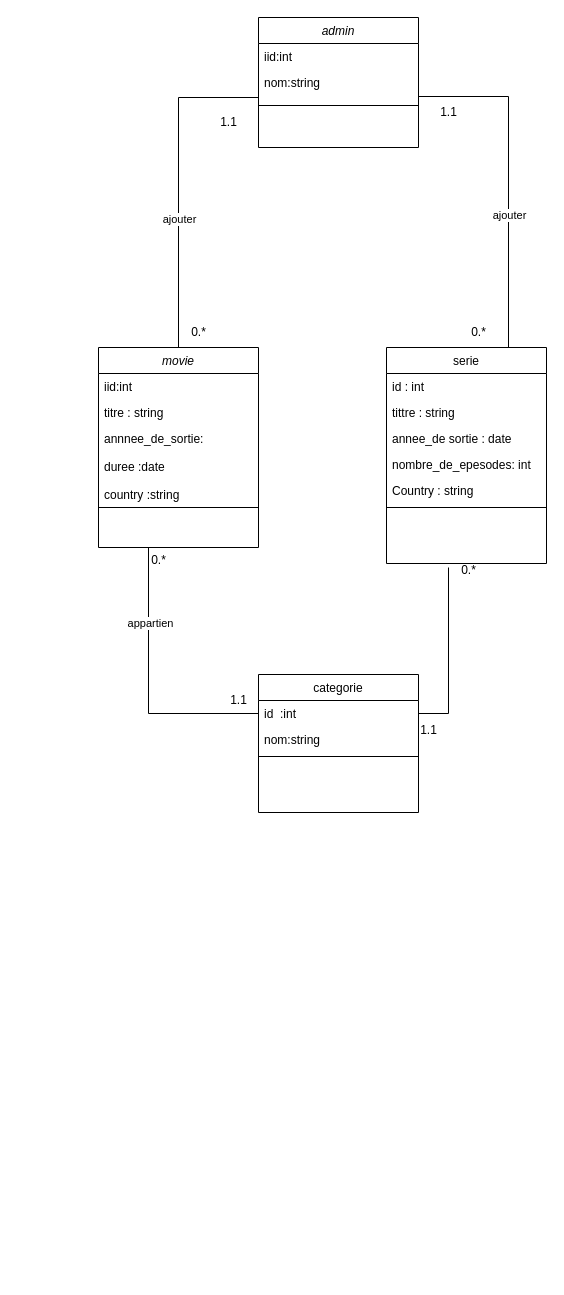
This is Diagramme sans nom.drawio from Fatiroot/dashboard_movies-series, a draw.io file, before an edit. Source tidied: cells renumbered, new cells numbered last; positions are measured from the earlier drawing's top-left corner, leaving out a move shared by most shapes. Both pictures are drawn from the tidied source at 100%, with x=0, y=0 at pixel (98, 17).
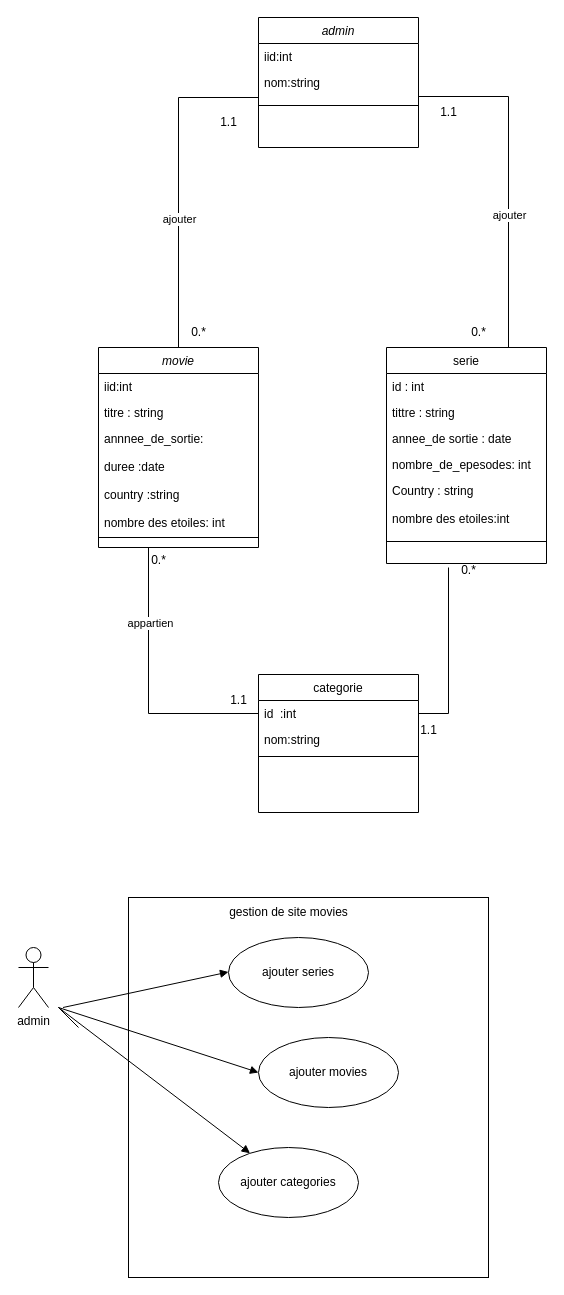
The same page after the edit.

Commit message:
Mettre à jour Diagramme de classe et de cas d'utilisation

Unchanged cells that the change refers to:
```xml
<mxCell id="2" value="movie" style="swimlane;fontStyle=2;align=center;verticalAlign=top;horizontal=1;startSize=26;rounded=0;shadow=0;strokeWidth=1;" parent="1" vertex="1">
  <mxGeometry y="330" width="160" height="200" as="geometry" />
</mxCell>
<mxCell id="11" value="serie" style="swimlane;fontStyle=0;align=center;verticalAlign=top;horizontal=1;startSize=26;rounded=0;shadow=0;strokeWidth=1;" parent="1" vertex="1">
  <mxGeometry x="288" y="330" width="160" height="216" as="geometry" />
</mxCell>
```

Change to the diagram source:
```diff
@@
-    <mxCell id="5" value="annnee_de_sortie:&#10;&#10;duree :date&#10;&#10;country :string&#10;&#10;" style="text;align=left;verticalAlign=top;spacingLeft=4;spacingRight=4;overflow=hidden;rounded=0;shadow=0;html=0;" parent="2" vertex="1">
-      <mxGeometry y="78" width="160" height="72" as="geometry" />
+    <mxCell id="5" value="annnee_de_sortie:&#10;&#10;duree :date&#10;&#10;country :string&#10;&#10;nombre des etoiles: int&#10;&#10;" style="text;align=left;verticalAlign=top;spacingLeft=4;spacingRight=4;overflow=hidden;rounded=0;shadow=0;html=0;" parent="2" vertex="1">
+      <mxGeometry y="78" width="160" height="102" as="geometry" />
     </mxCell>
     <mxCell id="6" style="line;html=1;strokeWidth=1;align=left;verticalAlign=middle;spacingTop=-1;spacingLeft=3;spacingRight=3;labelPosition=right;" parent="2" vertex="1">
-      <mxGeometry y="150" width="160" height="20" as="geometry" />
+      <mxGeometry y="180" width="160" height="20" as="geometry" />
     </mxCell>
@@
-    <mxCell id="16" value="Country : string" style="text;align=left;verticalAlign=top;spacingLeft=4;spacingRight=4;overflow=hidden;rounded=0;shadow=0;html=0;" parent="11" vertex="1">
-      <mxGeometry y="130" width="160" height="26" as="geometry" />
+    <mxCell id="16" value="Country : string&#10;&#10;nombre des etoiles:int" style="text;align=left;verticalAlign=top;spacingLeft=4;spacingRight=4;overflow=hidden;rounded=0;shadow=0;html=0;" parent="11" vertex="1">
+      <mxGeometry y="130" width="160" height="60" as="geometry" />
     </mxCell>
     <mxCell id="17" style="line;html=1;strokeWidth=1;align=left;verticalAlign=middle;spacingTop=-1;spacingLeft=3;spacingRight=3;labelPosition=right;" parent="11" vertex="1">
-      <mxGeometry y="156" width="160" height="8" as="geometry" />
+      <mxGeometry y="190" width="160" height="8" as="geometry" />
     </mxCell>
@@
+    <mxCell id="37" value="admin" style="shape=umlActor;verticalLabelPosition=bottom;verticalAlign=top;html=1;" parent="1" vertex="1">
+      <mxGeometry x="-80" y="930" width="30" height="60" as="geometry" />
+    </mxCell>
+    <mxCell id="38" style="html=1;whiteSpace=wrap;" parent="1" vertex="1">
+      <mxGeometry x="30" y="880" width="360" height="380" as="geometry" />
+    </mxCell>
+    <mxCell id="39" value="ajouter movies" style="ellipse;whiteSpace=wrap;html=1;" parent="1" vertex="1">
+      <mxGeometry x="160" y="1020" width="140" height="70" as="geometry" />
+    </mxCell>
+    <mxCell id="40" value="ajouter series" style="ellipse;whiteSpace=wrap;html=1;" parent="1" vertex="1">
+      <mxGeometry x="130" y="920" width="140" height="70" as="geometry" />
+    </mxCell>
+    <mxCell id="41" value="ajouter categories" style="ellipse;whiteSpace=wrap;html=1;" parent="1" vertex="1">
+      <mxGeometry x="120" y="1130" width="140" height="70" as="geometry" />
+    </mxCell>
+    <mxCell id="42" style="html=1;verticalAlign=bottom;endArrow=block;curved=0;rounded=0;entryX=0;entryY=0.5;entryDx=0;entryDy=0;" parent="1" edge="1" target="39">
+      <mxGeometry relative="1" as="geometry">
+        <mxPoint x="-40" y="990" as="sourcePoint" />
+      </mxGeometry>
+    </mxCell>
+    <mxCell id="43" style="html=1;verticalAlign=bottom;endArrow=block;curved=0;rounded=0;entryX=0.039;entryY=0.636;entryDx=0;entryDy=0;entryPerimeter=0;" parent="1" edge="1">
+      <mxGeometry relative="1" as="geometry">
+        <mxPoint x="-35.5" y="990" as="sourcePoint" />
+        <mxPoint x="130" y="954.5" as="targetPoint" />
+      </mxGeometry>
+    </mxCell>
+    <mxCell id="44" style="html=1;verticalAlign=bottom;endArrow=block;curved=0;rounded=0;" parent="1" edge="1" target="41">
+      <mxGeometry relative="1" as="geometry">
+        <mxPoint x="-20" y="1010" as="sourcePoint" />
+        <Array as="points">
+          <mxPoint x="-40" y="990" />
+        </Array>
+      </mxGeometry>
+    </mxCell>
+    <mxCell id="45" value="gestion de site movies" style="text;html=1;align=center;verticalAlign=middle;strokeColor=none;fillColor=none;" parent="1" vertex="1">
+      <mxGeometry x="120" y="880" width="140" height="30" as="geometry" />
+    </mxCell>
```
